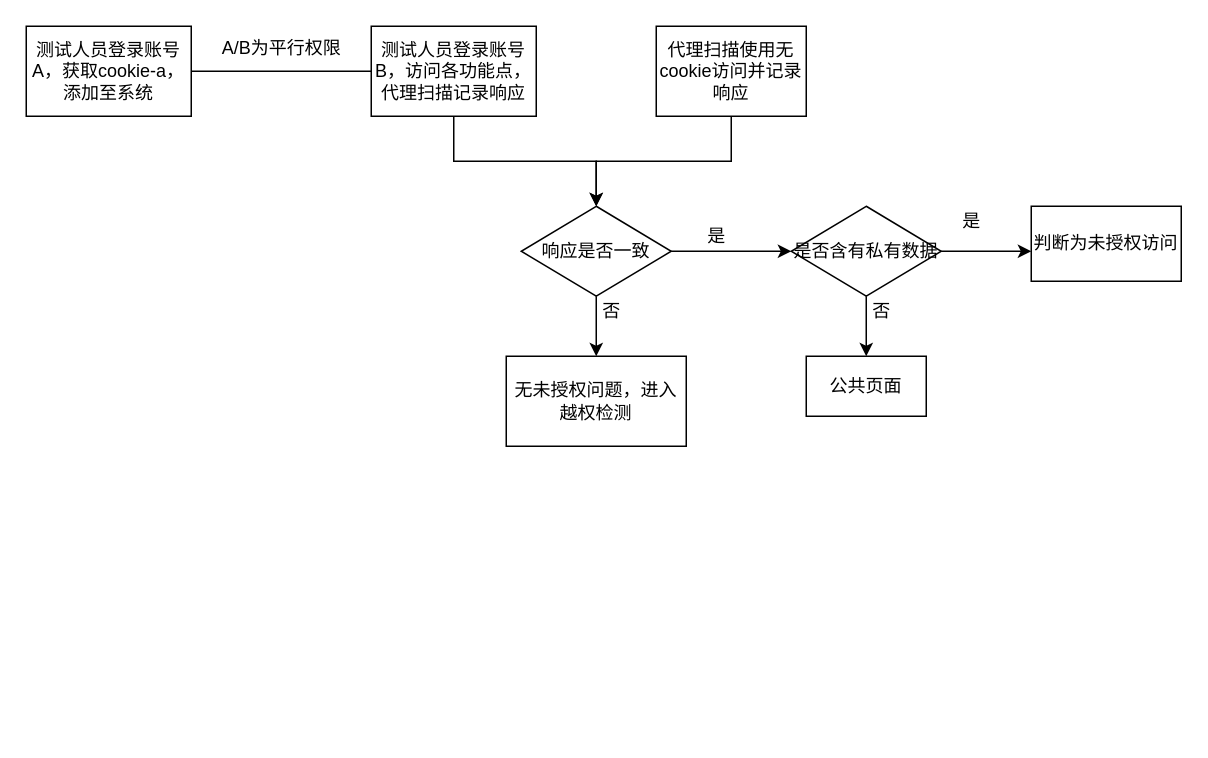
grayes/draw.io keeps this draw.io diagram as 未命名绘图.drawio. Above is the earlier version. Source tidied: cells renumbered, new cells numbered last; positions are measured from the earlier drawing's top-left corner, leaving out a move shared by most shapes. Both pictures are drawn from the tidied source at 150%, with x=0, y=0 at pixel (26, 26).
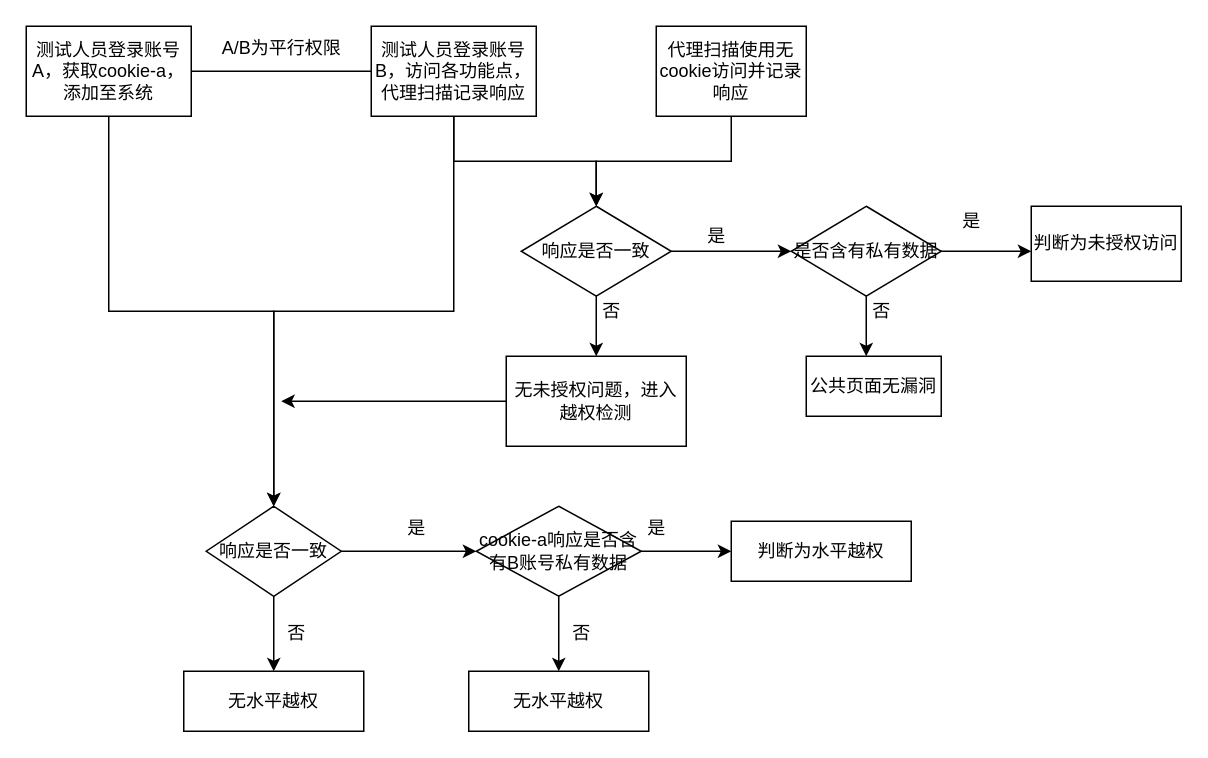
After the change.

Commit message (it also covers changes not shown here):
更新未命名绘图.drawio

The change refers to these unchanged cells:
```xml
<mxCell id="2" value="测试人员登录账号A，获取cookie-a，添加至系统" style="rounded=0;whiteSpace=wrap;html=1;" parent="1" vertex="1">
  <mxGeometry width="110" height="60" as="geometry" />
</mxCell>
<mxCell id="4" value="测试人员登录账号B，访问各功能点，代理扫描记录响应" style="rounded=0;whiteSpace=wrap;html=1;" parent="1" vertex="1">
  <mxGeometry x="230" width="110" height="60" as="geometry" />
</mxCell>
<mxCell id="21" value="无未授权问题，进入越权检测" style="rounded=0;whiteSpace=wrap;html=1;" parent="1" vertex="1">
  <mxGeometry x="320" y="220" width="120" height="60" as="geometry" />
</mxCell>
```

What changed in the source:
```diff
@@
+    <mxCell id="22" style="edgeStyle=orthogonalEdgeStyle;rounded=0;jettySize=auto;html=1;exitX=0.5;exitY=1;exitDx=0;exitDy=0;" parent="1" edge="1" source="2" target="27">
+      <mxGeometry relative="1" as="geometry" />
+    </mxCell>
@@
+    <mxCell id="23" style="edgeStyle=orthogonalEdgeStyle;rounded=0;jettySize=auto;html=1;exitX=0.5;exitY=1;exitDx=0;exitDy=0;entryX=0.5;entryY=0;entryDx=0;entryDy=0;" parent="1" edge="1" source="4" target="27">
+      <mxGeometry relative="1" as="geometry" />
+    </mxCell>
@@
-    <mxCell id="19" value="公共页面" style="rounded=0;whiteSpace=wrap;html=1;" parent="1" vertex="1">
-      <mxGeometry x="520" y="220" width="80" height="40" as="geometry" />
+    <mxCell id="19" value="公共页面无漏洞" style="rounded=0;whiteSpace=wrap;html=1;" parent="1" vertex="1">
+      <mxGeometry x="520" y="220" width="90" height="40" as="geometry" />
     </mxCell>
@@
+    <mxCell id="24" style="edgeStyle=orthogonalEdgeStyle;rounded=0;jettySize=auto;html=1;exitX=0;exitY=0.5;exitDx=0;exitDy=0;" parent="1" edge="1" source="21">
+      <mxGeometry relative="1" as="geometry">
+        <mxPoint x="170" y="250" as="targetPoint" />
+      </mxGeometry>
+    </mxCell>
@@
+    <mxCell id="25" style="edgeStyle=orthogonalEdgeStyle;rounded=0;jettySize=auto;html=1;exitX=0.5;exitY=1;exitDx=0;exitDy=0;entryX=0.5;entryY=0;entryDx=0;entryDy=0;" parent="1" edge="1" source="27" target="29">
+      <mxGeometry relative="1" as="geometry" />
+    </mxCell>
+    <mxCell id="26" style="edgeStyle=orthogonalEdgeStyle;rounded=0;jettySize=auto;html=1;exitX=1;exitY=0.5;exitDx=0;exitDy=0;entryX=0;entryY=0.5;entryDx=0;entryDy=0;" parent="1" edge="1" source="27" target="35">
+      <mxGeometry relative="1" as="geometry" />
+    </mxCell>
+    <mxCell id="27" value="响应是否一致" style="rhombus;whiteSpace=wrap;html=1;" parent="1" vertex="1">
+      <mxGeometry x="120" y="320" width="90" height="60" as="geometry" />
+    </mxCell>
+    <mxCell id="28" style="edgeStyle=orthogonalEdgeStyle;rounded=0;orthogonalLoop=1;jettySize=auto;html=1;exitX=0.5;exitY=1;exitDx=0;exitDy=0;" parent="1" edge="1" source="27" target="27">
+      <mxGeometry relative="1" as="geometry" />
+    </mxCell>
+    <mxCell id="29" value="无水平越权" style="rounded=0;whiteSpace=wrap;html=1;" parent="1" vertex="1">
+      <mxGeometry x="105" y="430" width="120" height="40" as="geometry" />
+    </mxCell>
+    <mxCell id="30" value="否" style="text;html=1;align=center;verticalAlign=middle;strokeColor=none;fillColor=none;" parent="1" vertex="1">
+      <mxGeometry x="160" y="390" width="40" height="30" as="geometry" />
+    </mxCell>
+    <mxCell id="31" value="判断为水平越权" style="rounded=0;whiteSpace=wrap;html=1;" parent="1" vertex="1">
+      <mxGeometry x="470" y="330" width="120" height="40" as="geometry" />
+    </mxCell>
+    <mxCell id="32" value="是" style="text;html=1;align=center;verticalAlign=middle;strokeColor=none;fillColor=none;" parent="1" vertex="1">
+      <mxGeometry x="240" y="320" width="40" height="30" as="geometry" />
+    </mxCell>
+    <mxCell id="33" style="edgeStyle=orthogonalEdgeStyle;rounded=0;jettySize=auto;html=1;exitX=1;exitY=0.5;exitDx=0;exitDy=0;entryX=0;entryY=0.5;entryDx=0;entryDy=0;" parent="1" edge="1" source="35" target="31">
+      <mxGeometry relative="1" as="geometry" />
+    </mxCell>
+    <mxCell id="34" style="edgeStyle=orthogonalEdgeStyle;rounded=0;jettySize=auto;html=1;exitX=0.5;exitY=1;exitDx=0;exitDy=0;entryX=0.5;entryY=0;entryDx=0;entryDy=0;" parent="1" edge="1" source="35" target="37">
+      <mxGeometry relative="1" as="geometry" />
+    </mxCell>
+    <mxCell id="35" value="cookie-a响应是否含有B账号私有数据" style="rhombus;whiteSpace=wrap;html=1;" parent="1" vertex="1">
+      <mxGeometry x="300" y="320" width="110" height="60" as="geometry" />
+    </mxCell>
+    <mxCell id="36" value="是" style="text;html=1;align=center;verticalAlign=middle;strokeColor=none;fillColor=none;" parent="1" vertex="1">
+      <mxGeometry x="400" y="320" width="40" height="30" as="geometry" />
+    </mxCell>
+    <mxCell id="37" value="无水平越权" style="rounded=0;whiteSpace=wrap;html=1;" parent="1" vertex="1">
+      <mxGeometry x="295" y="430" width="120" height="40" as="geometry" />
+    </mxCell>
+    <mxCell id="38" value="否" style="text;html=1;align=center;verticalAlign=middle;strokeColor=none;fillColor=none;" parent="1" vertex="1">
+      <mxGeometry x="350" y="390" width="40" height="30" as="geometry" />
+    </mxCell>
```
